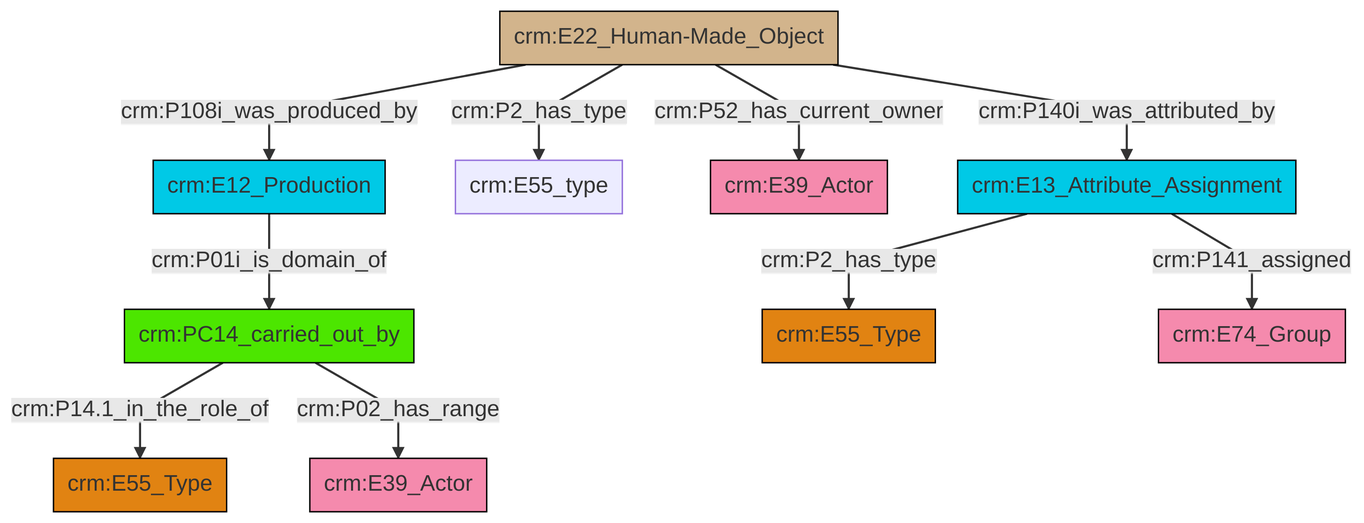
This is et/builtWorkCSV/ttl/mmd/png/Built_Work_actor_relations.png from swiss-art-research-net/reference-data-models, a Mermaid export, as it was before one commit. Its source is kept beside it as et/builtWorkCSV/ttl/mmd/Built_Work_actor_relations.ttl.mmd.
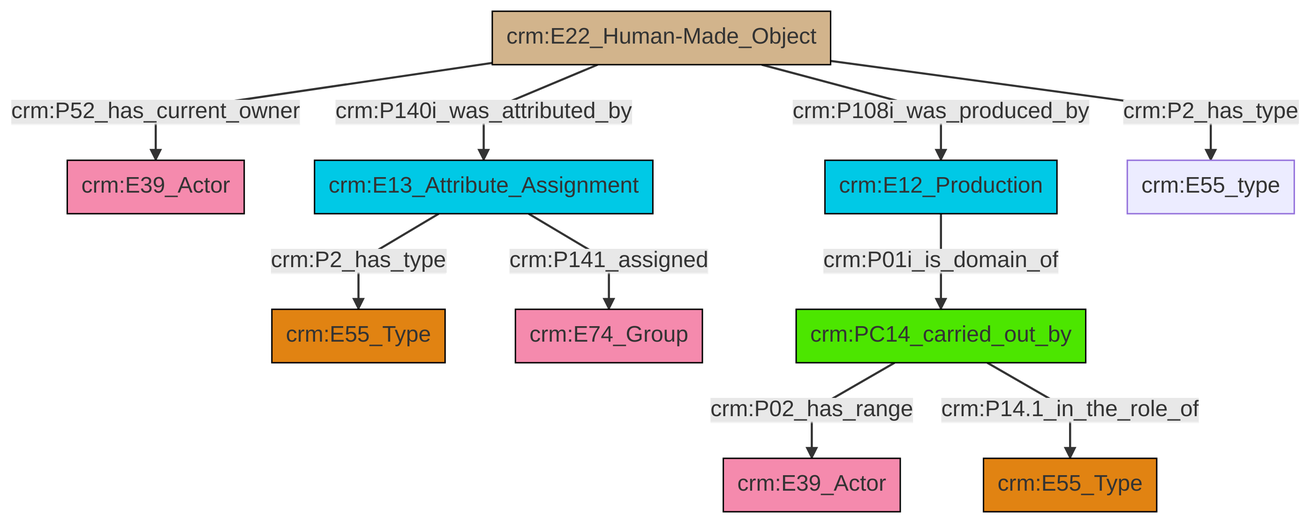
After the change.

Diff of the diagram source:
```diff
@@ -13,12 +13,12 @@
 classDef PC_Classes fill:#4ce600, stroke:#000000;
 classDef Multi fill:#cccccc,stroke:#000000;
 
-2["crm:E22_Human-Made_Object"]:::Physical_Thing -->|crm:P2_has_type| 3["crm:E55_type"]:::Default
-4["crm:PC14_carried_out_by"]:::PC_Classes -->|crm:P14.1_in_the_role_of| 5["crm:E55_Type"]:::Type
-2["crm:E22_Human-Made_Object"]:::Physical_Thing -->|crm:P52_has_current_owner| 7["crm:E39_Actor"]:::Actor
-2["crm:E22_Human-Made_Object"]:::Physical_Thing -->|crm:P140i_was_attributed_by| 8["crm:E13_Attribute_Assignment"]:::Temporal_Entity
-0["crm:E12_Production"]:::Temporal_Entity -->|crm:P01i_is_domain_of| 4["crm:PC14_carried_out_by"]:::PC_Classes
-8["crm:E13_Attribute_Assignment"]:::Temporal_Entity -->|crm:P141_assigned| 14["crm:E74_Group"]:::Actor
-4["crm:PC14_carried_out_by"]:::PC_Classes -->|crm:P02_has_range| 16["crm:E39_Actor"]:::Actor
-8["crm:E13_Attribute_Assignment"]:::Temporal_Entity -->|crm:P2_has_type| 12["crm:E55_Type"]:::Type
-2["crm:E22_Human-Made_Object"]:::Physical_Thing -->|crm:P108i_was_produced_by| 0["crm:E12_Production"]:::Temporal_Entity
+0["crm:E22_Human-Made_Object"]:::Physical_Thing -->|crm:P52_has_current_owner| 1["crm:E39_Actor"]:::Actor
+4["crm:E13_Attribute_Assignment"]:::Temporal_Entity -->|crm:P2_has_type| 2["crm:E55_Type"]:::Type
+0["crm:E22_Human-Made_Object"]:::Physical_Thing -->|crm:P140i_was_attributed_by| 4["crm:E13_Attribute_Assignment"]:::Temporal_Entity
+13["crm:PC14_carried_out_by"]:::PC_Classes -->|crm:P02_has_range| 14["crm:E39_Actor"]:::Actor
+0["crm:E22_Human-Made_Object"]:::Physical_Thing -->|crm:P108i_was_produced_by| 5["crm:E12_Production"]:::Temporal_Entity
+13["crm:PC14_carried_out_by"]:::PC_Classes -->|crm:P14.1_in_the_role_of| 11["crm:E55_Type"]:::Type
+4["crm:E13_Attribute_Assignment"]:::Temporal_Entity -->|crm:P141_assigned| 9["crm:E74_Group"]:::Actor
+5["crm:E12_Production"]:::Temporal_Entity -->|crm:P01i_is_domain_of| 13["crm:PC14_carried_out_by"]:::PC_Classes
+0["crm:E22_Human-Made_Object"]:::Physical_Thing -->|crm:P2_has_type| 16["crm:E55_type"]:::Default
```
